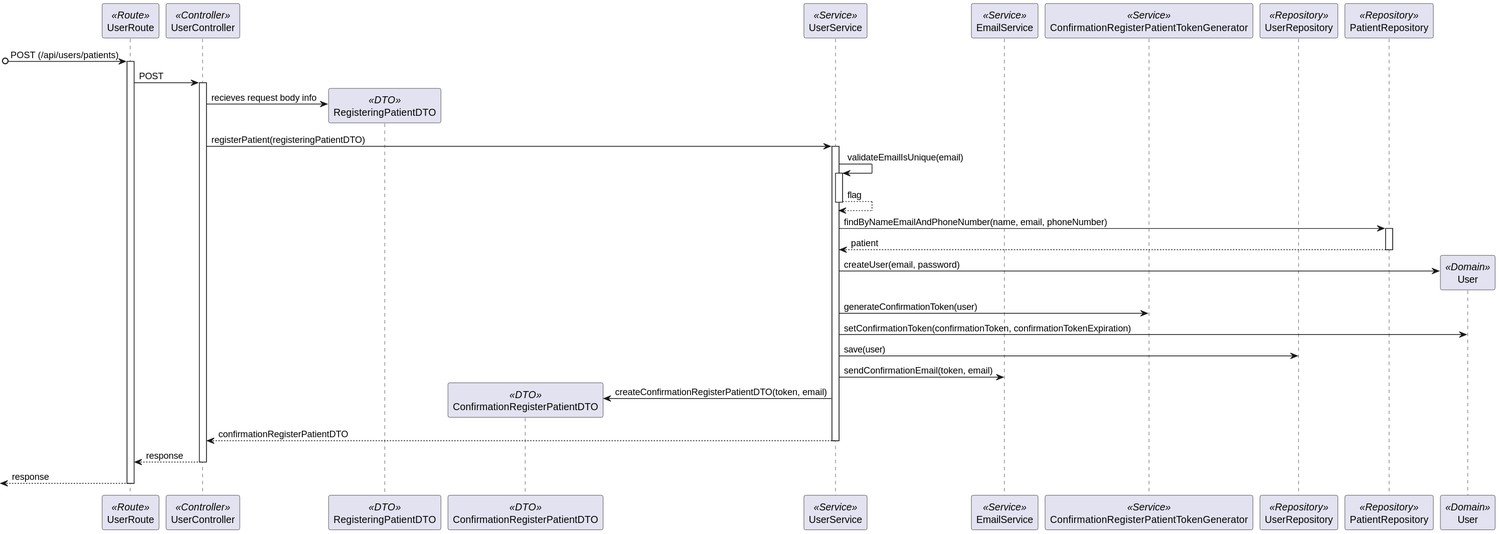
This is docs/Sprint_1/US_5.1.3/L3/Process_View_Prior_Confirmation.svg from Rodrick0209/ISEP-SEM5PI-24-25, a PlantUML export, as it was before one commit.
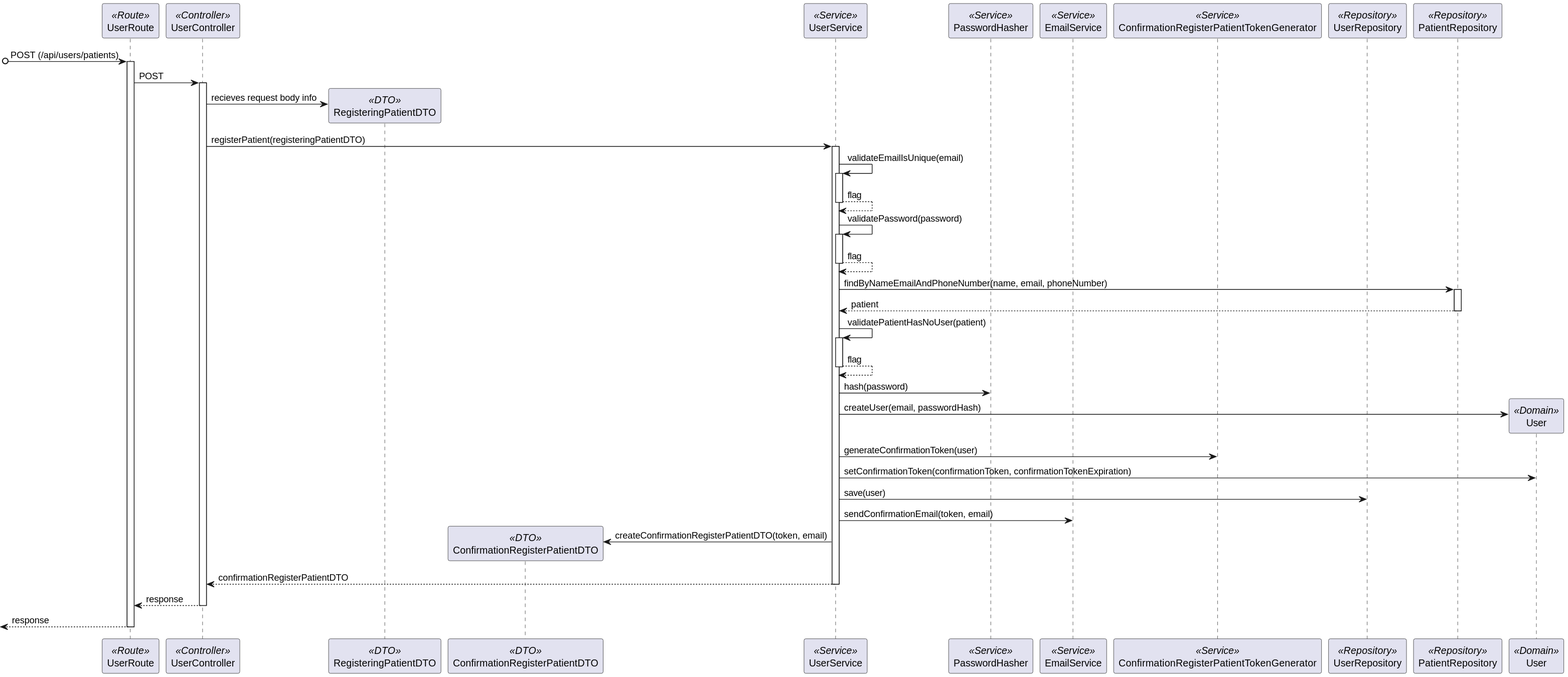
After the commit.

Commit message:
US 5.1.3 Design fixed (Fixed Level 3 Process View Prior Confirmation) #4

What changed in the source:
```diff
@@ -4,6 +4,7 @@
 participant RegisteringPatientDTO as DTO <<DTO>>
 participant ConfirmationRegisterPatientDTO as ConfirmationDTO <<DTO>>
 participant UserService as Service <<Service>>
+participant PasswordHasher as Hasher <<Service>>
 participant EmailService as EmailService <<Service>>
 participant ConfirmationRegisterPatientTokenGenerator as TokenGenerator <<Service>>
 participant UserRepository as Repository <<Repository>>
@@ -19,10 +20,17 @@
 Service -> Service : validateEmailIsUnique(email)
 activate Service
 return flag
+Service -> Service : validatePassword(password)
+activate Service
+return flag
 Service -> PatientRepository : findByNameEmailAndPhoneNumber(name, email, phoneNumber)
 activate PatientRepository
 return patient
-Service -> Domain** : createUser(email, password)
+Service -> Service : validatePatientHasNoUser(patient)
+activate Service
+return flag
+Service -> Hasher : hash(password)
+Service -> Domain** : createUser(email, passwordHash)
 Service -> TokenGenerator : generateConfirmationToken(user)
 Service -> Domain : setConfirmationToken(confirmationToken, confirmationTokenExpiration)
 Service -> Repository : save(user)
```
